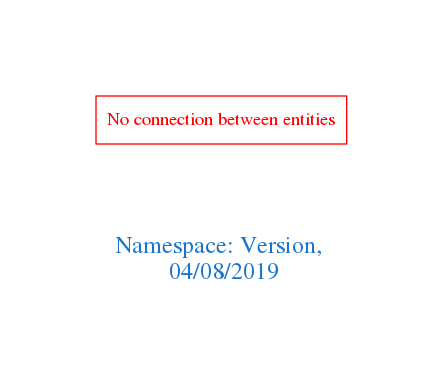
Above: downloads/Version.png in arago/OGIT (Graphviz), before the change. Its source is kept beside it as downloads/Version.dot.
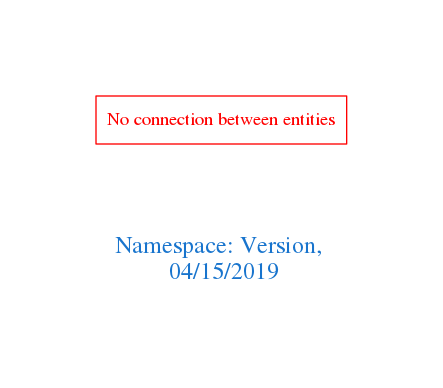
The same diagram one commit later.

What changed in the source:
```diff
@@ -1,7 +1,7 @@
 digraph OGIT_ontology {
  graph [ rankdir= LR,pad=1
 fontsize = 18,
-fontcolor= dodgerblue3,label = "\n\n\nNamespace: Version, \n 04/08/2019"];
+fontcolor= dodgerblue3,label = "\n\n\nNamespace: Version, \n 04/15/2019"];
 node[shape=polygon];
 edge [  color="gray81"];
 
```
